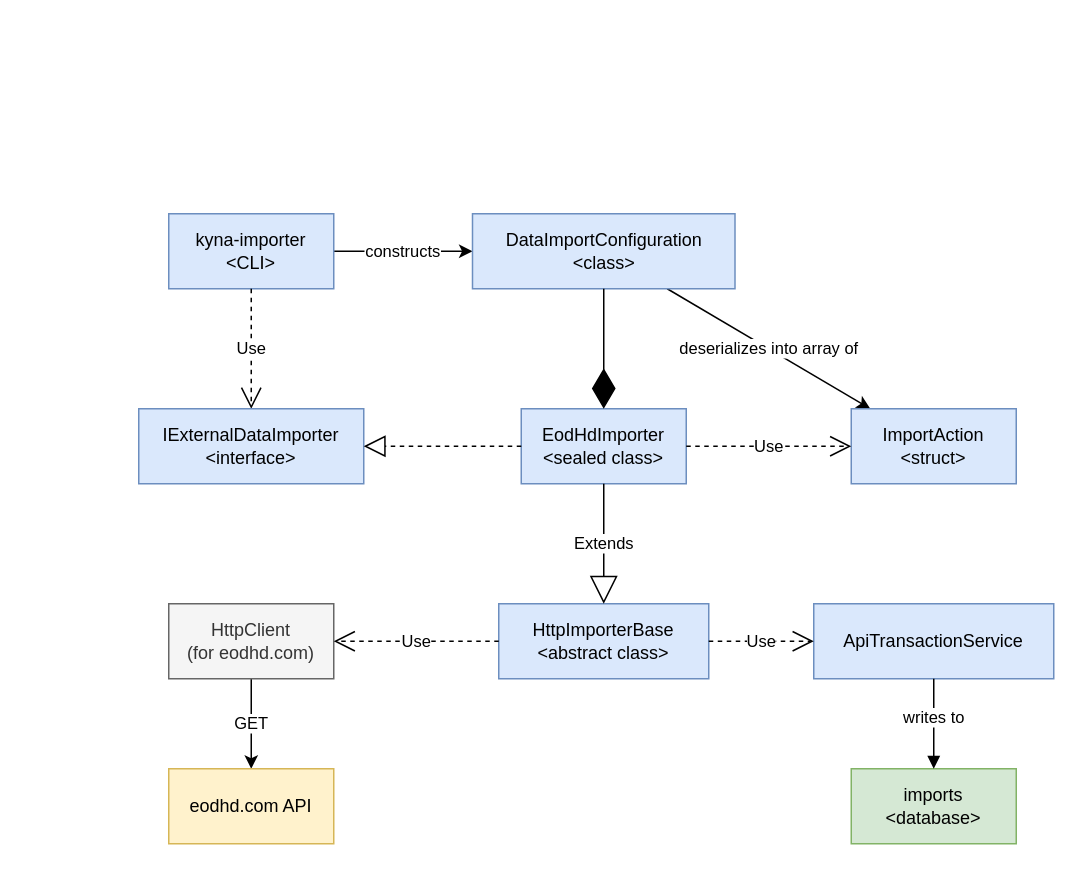
Before: page "Eodhd.com Data Import" (8 of 9) of docs/drawio/Kyna.drawio in vicsharp-shibusa/kyna, a draw.io diagram. Source tidied: cells renumbered, new cells numbered last; positions are measured from the earlier drawing's top-left corner, leaving out a move shared by most shapes. Both pictures are drawn from the tidied source at 150%, with x=0, y=0 at pixel (138, 213).
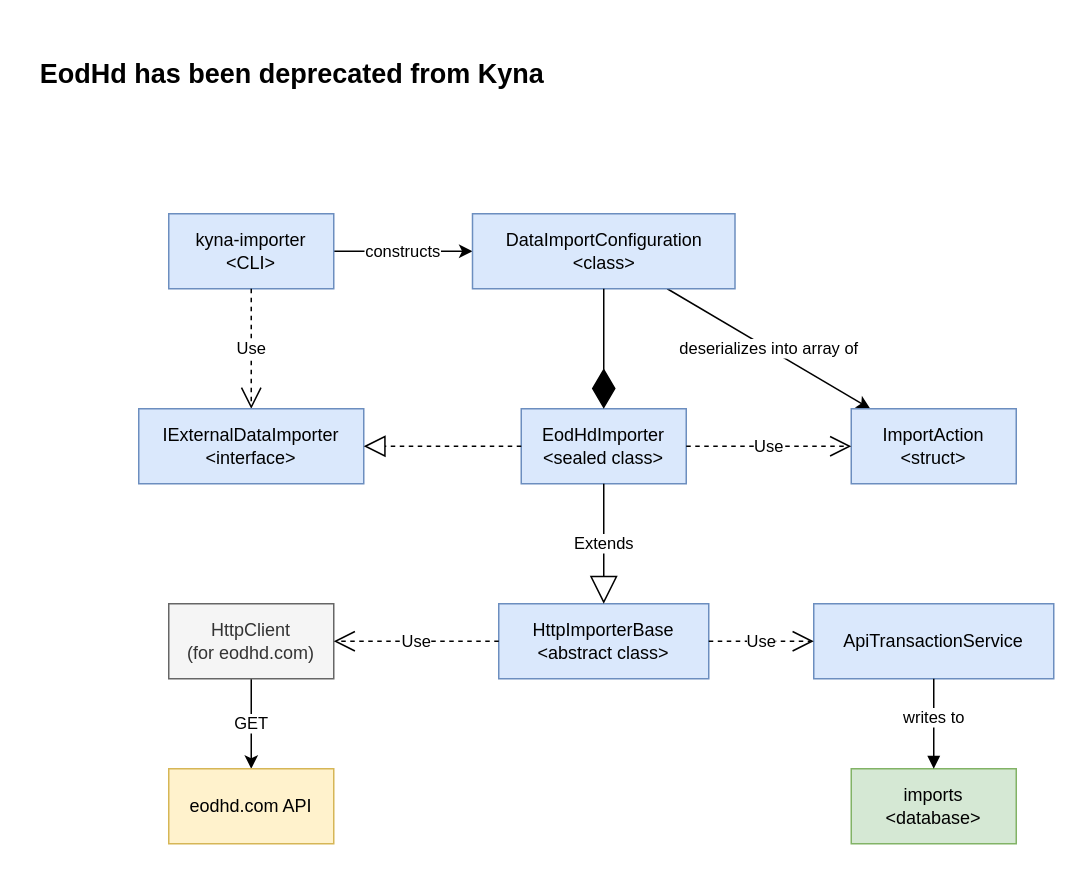
After the change.

Diff of the diagram source:
```diff
@@
+    <mxCell id="23" value="&lt;h2&gt;&lt;b&gt;EodHd has been deprecated from Kyna&lt;/b&gt;&lt;/h2&gt;" style="text;html=1;align=center;verticalAlign=middle;strokeColor=none;fillColor=none;" parent="1" vertex="1">
+      <mxGeometry x="-75" y="-125" width="354" height="63" as="geometry" />
+    </mxCell>
```
